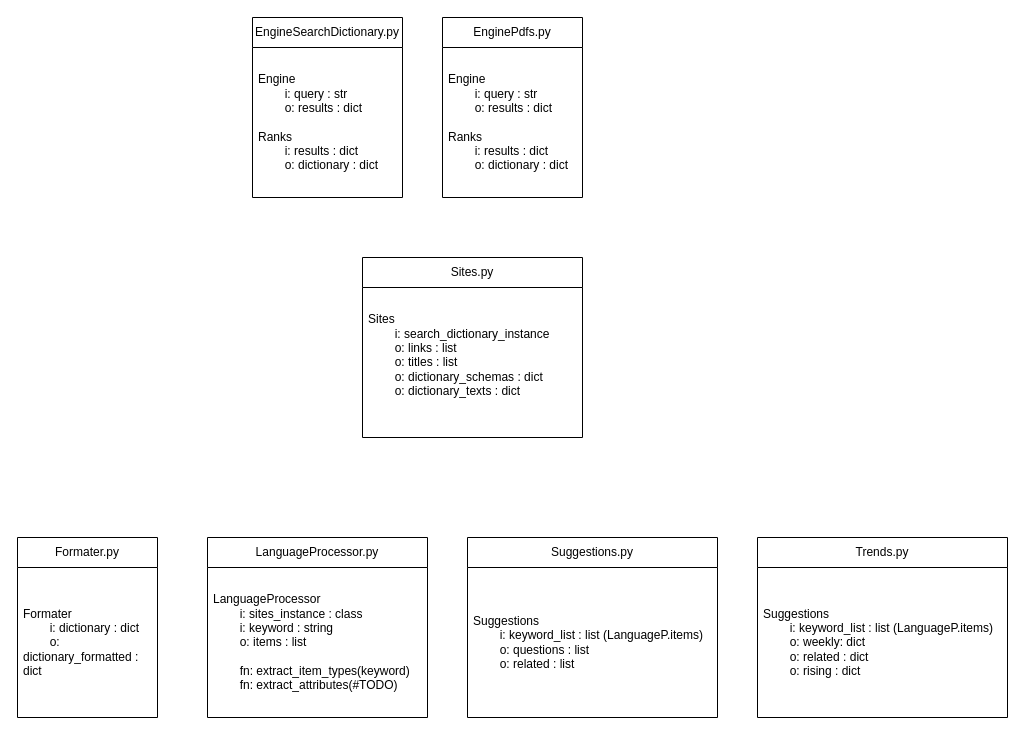
The draw.io diagram docs/Produkter-v1.drawio in VanAltrades/produkter, before the edit. Source tidied: cells renumbered, new cells numbered last; positions are measured from the earlier drawing's top-left corner, leaving out a move shared by most shapes. Both pictures are drawn from the tidied source at 100%, with x=0, y=0 at pixel (17, 17).
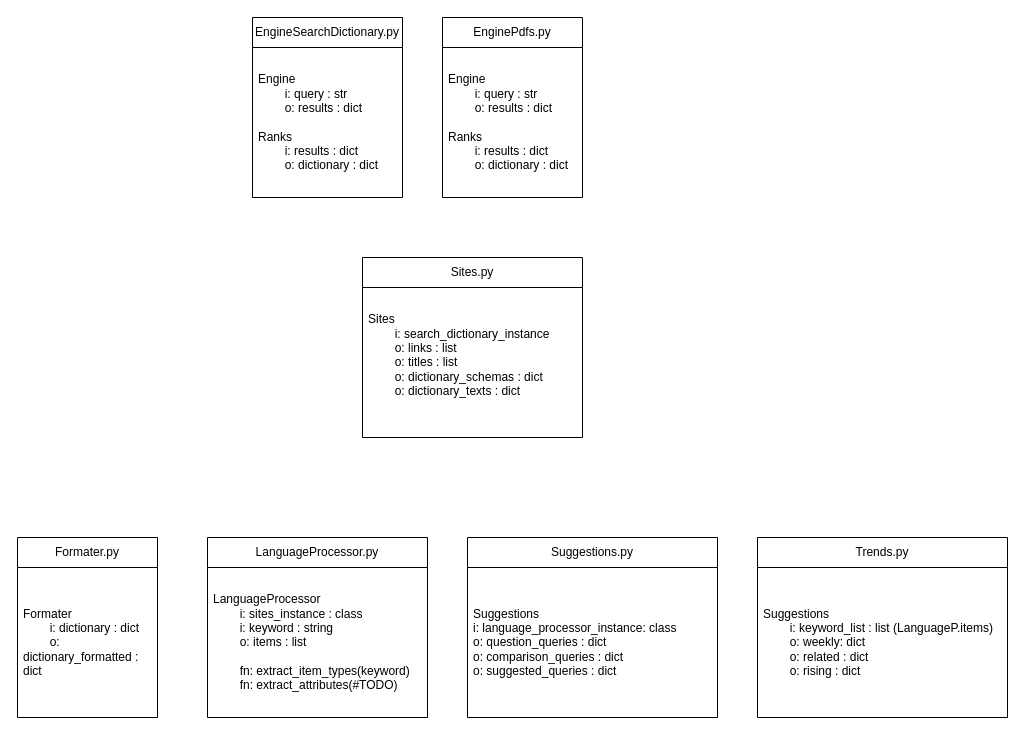
Above is the later version.

Commit message (it also covers changes not shown here):
add workable Trends

The edit, as a diff of the source:
```diff
@@
 <mxGraphModel>
   <root>
     <mxCell id="0" />
     <mxCell id="1" parent="0" />
     <mxCell id="2" value="EngineSearchDictionary.py" style="swimlane;fontStyle=0;horizontal=1;startSize=30;whiteSpace=wrap;html=1;" parent="1" vertex="1">
       <mxGeometry x="235" width="150" height="180" as="geometry" />
     </mxCell>
     <mxCell id="3" value="Engine&lt;br&gt;&lt;span style=&quot;white-space: pre;&quot;&gt;&#9;&lt;/span&gt;i: query : str&lt;br&gt;&lt;span style=&quot;white-space: pre;&quot;&gt;&#9;&lt;/span&gt;o: results : dict&lt;br&gt;&lt;br&gt;Ranks&lt;br&gt;&lt;span style=&quot;white-space: pre;&quot;&gt;&#9;&lt;/span&gt;i: results : dict&lt;br&gt;&lt;span style=&quot;white-space: pre;&quot;&gt;&#9;&lt;/span&gt;o: dictionary : dict" style="text;strokeColor=none;fillColor=none;align=left;verticalAlign=middle;spacingLeft=4;spacingRight=4;overflow=hidden;whiteSpace=wrap;html=1;" parent="2" vertex="1">
       <mxGeometry y="30" width="150" height="150" as="geometry" />
     </mxCell>
     <mxCell id="4" value="Sites.py" style="swimlane;fontStyle=0;horizontal=1;startSize=30;whiteSpace=wrap;html=1;" parent="1" vertex="1">
       <mxGeometry x="345" y="240" width="220" height="180" as="geometry" />
     </mxCell>
     <mxCell id="5" value="Sites&lt;br&gt;&lt;span style=&quot;white-space: pre;&quot;&gt;&#9;&lt;/span&gt;i: search_dictionary_instance&lt;br&gt;&lt;span style=&quot;white-space: pre;&quot;&gt;&#9;&lt;/span&gt;o: links : list&lt;br&gt;&lt;span style=&quot;white-space: pre;&quot;&gt;&#9;&lt;/span&gt;o: titles : list&lt;br&gt;&lt;span style=&quot;white-space: pre;&quot;&gt;&#9;&lt;/span&gt;o: dictionary_schemas : dict&lt;br&gt;&lt;span style=&quot;white-space: pre;&quot;&gt;&#9;&lt;/span&gt;o: dictionary_texts : dict&lt;br&gt;&lt;span style=&quot;white-space: pre;&quot;&gt;&#9;&lt;/span&gt;" style="text;strokeColor=none;fillColor=none;align=left;verticalAlign=middle;spacingLeft=4;spacingRight=4;overflow=hidden;whiteSpace=wrap;html=1;" parent="4" vertex="1">
       <mxGeometry y="30" width="220" height="150" as="geometry" />
     </mxCell>
     <mxCell id="6" value="Formater.py" style="swimlane;fontStyle=0;horizontal=1;startSize=30;whiteSpace=wrap;html=1;" parent="1" vertex="1">
       <mxGeometry y="520" width="140" height="180" as="geometry" />
     </mxCell>
     <mxCell id="7" value="Formater&lt;br&gt;&lt;span style=&quot;white-space: pre;&quot;&gt;&#9;&lt;/span&gt;i: dictionary : dict&lt;br&gt;&lt;span style=&quot;white-space: pre;&quot;&gt;&#9;&lt;/span&gt;o: dictionary_formatted : dict" style="text;strokeColor=none;fillColor=none;align=left;verticalAlign=middle;spacingLeft=4;spacingRight=4;overflow=hidden;whiteSpace=wrap;html=1;" parent="6" vertex="1">
       <mxGeometry y="30" width="140" height="150" as="geometry" />
     </mxCell>
     <mxCell id="8" value="LanguageProcessor.py" style="swimlane;fontStyle=0;horizontal=1;startSize=30;whiteSpace=wrap;html=1;" parent="1" vertex="1">
       <mxGeometry x="190" y="520" width="220" height="180" as="geometry" />
     </mxCell>
     <mxCell id="9" value="LanguageProcessor&lt;br&gt;&lt;span style=&quot;white-space: pre;&quot;&gt;&#9;&lt;/span&gt;i: sites_instance : class&lt;br&gt;&lt;span style=&quot;white-space: pre;&quot;&gt;&lt;span style=&quot;white-space: pre;&quot;&gt;&#9;&lt;/span&gt;i: keyword : string&#9;&lt;/span&gt;&lt;br&gt;&lt;span style=&quot;white-space: pre;&quot;&gt;&#9;&lt;/span&gt;o: items : list&lt;br&gt;&lt;br&gt;&lt;span style=&quot;white-space: pre;&quot;&gt;&#9;&lt;/span&gt;fn: extract_item_types(keyword)&lt;br&gt;&lt;span style=&quot;white-space: pre;&quot;&gt;&#9;&lt;/span&gt;fn: extract_attributes(#TODO)" style="text;strokeColor=none;fillColor=none;align=left;verticalAlign=middle;spacingLeft=4;spacingRight=4;overflow=hidden;whiteSpace=wrap;html=1;" parent="8" vertex="1">
       <mxGeometry y="30" width="220" height="150" as="geometry" />
     </mxCell>
     <mxCell id="10" value="Suggestions.py" style="swimlane;fontStyle=0;horizontal=1;startSize=30;whiteSpace=wrap;html=1;" parent="1" vertex="1">
       <mxGeometry x="450" y="520" width="250" height="180" as="geometry" />
     </mxCell>
-    <mxCell id="11" value="Suggestions&lt;br&gt;&lt;span style=&quot;white-space: pre;&quot;&gt;&#9;&lt;/span&gt;i: keyword_list : list (LanguageP.items)&lt;br&gt;&lt;span style=&quot;white-space: pre;&quot;&gt;&#9;&lt;/span&gt;o: questions : list&lt;br&gt;&lt;span style=&quot;white-space: pre;&quot;&gt;&#9;&lt;/span&gt;o: related : list" style="text;strokeColor=none;fillColor=none;align=left;verticalAlign=middle;spacingLeft=4;spacingRight=4;overflow=hidden;whiteSpace=wrap;html=1;" parent="10" vertex="1">
+    <mxCell id="11" value="Suggestions&lt;br&gt;&lt;span style=&quot;&quot;&gt;&#9;&lt;/span&gt;i: language_processor_instance: class&lt;br&gt;&lt;span style=&quot;&quot;&gt;&#9;&lt;/span&gt;o: question_queries : dict&lt;br&gt;&lt;span style=&quot;&quot;&gt;&lt;/span&gt;o: comparison_queries : dict&lt;br&gt;o: suggested_queries : dict" style="text;strokeColor=none;fillColor=none;align=left;verticalAlign=middle;spacingLeft=4;spacingRight=4;overflow=hidden;whiteSpace=wrap;html=1;" parent="10" vertex="1">
       <mxGeometry y="30" width="250" height="150" as="geometry" />
     </mxCell>
     <mxCell id="12" value="Trends.py" style="swimlane;fontStyle=0;horizontal=1;startSize=30;whiteSpace=wrap;html=1;" parent="1" vertex="1">
       <mxGeometry x="740" y="520" width="250" height="180" as="geometry" />
     </mxCell>
     <mxCell id="13" value="Suggestions&lt;br&gt;&lt;span style=&quot;&quot;&gt;&#9;&lt;/span&gt;&lt;span style=&quot;white-space: pre;&quot;&gt;&#9;&lt;/span&gt;i: keyword_list : list (LanguageP.items)&lt;br&gt;&lt;span style=&quot;&quot;&gt;&#9;&lt;/span&gt;&lt;span style=&quot;white-space: pre;&quot;&gt;&#9;&lt;/span&gt;o: weekly: dict&lt;br&gt;&lt;span style=&quot;&quot;&gt;&#9;&lt;/span&gt;&lt;span style=&quot;white-space: pre;&quot;&gt;&#9;&lt;/span&gt;o: related : dict&lt;br&gt;&lt;span style=&quot;white-space: pre;&quot;&gt;&#9;&lt;/span&gt;o: rising : dict" style="text;strokeColor=none;fillColor=none;align=left;verticalAlign=middle;spacingLeft=4;spacingRight=4;overflow=hidden;whiteSpace=wrap;html=1;" parent="12" vertex="1">
       <mxGeometry y="30" width="250" height="150" as="geometry" />
     </mxCell>
     <mxCell id="14" value="EnginePdfs.py" style="swimlane;fontStyle=0;horizontal=1;startSize=30;whiteSpace=wrap;html=1;" parent="1" vertex="1">
       <mxGeometry x="425" width="140" height="180" as="geometry" />
     </mxCell>
     <mxCell id="15" value="Engine&lt;br&gt;&lt;span style=&quot;white-space: pre;&quot;&gt;&#9;&lt;/span&gt;i: query : str&lt;br&gt;&lt;span style=&quot;white-space: pre;&quot;&gt;&#9;&lt;/span&gt;o: results : dict&lt;br&gt;&lt;br&gt;Ranks&lt;br&gt;&lt;span style=&quot;white-space: pre;&quot;&gt;&#9;&lt;/span&gt;i: results : dict&lt;br&gt;&lt;span style=&quot;white-space: pre;&quot;&gt;&#9;&lt;/span&gt;o: dictionary : dict" style="text;strokeColor=none;fillColor=none;align=left;verticalAlign=middle;spacingLeft=4;spacingRight=4;overflow=hidden;whiteSpace=wrap;html=1;" parent="14" vertex="1">
       <mxGeometry y="30" width="140" height="150" as="geometry" />
     </mxCell>
   </root>
 </mxGraphModel>
```
